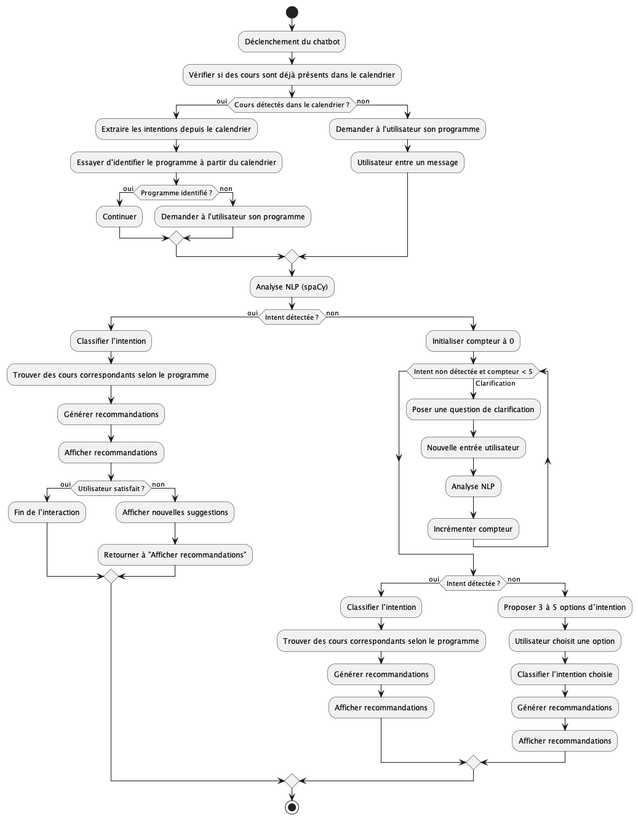
Above: assets/dialogue_flow.png in TibbySHR/Planificateur (PlantUML), before the change.
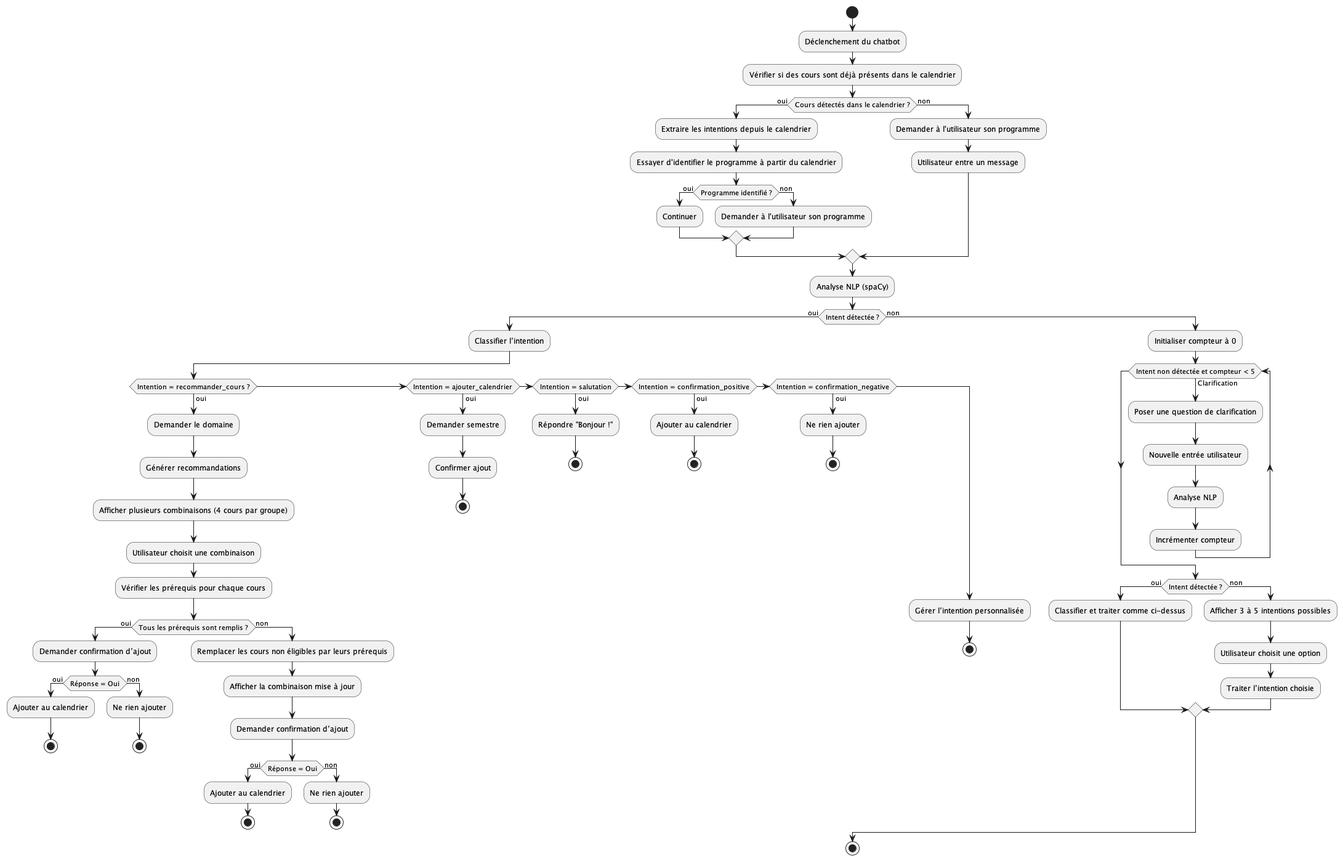
The same diagram one commit later.

Diff of the diagram source:
```diff
@@ -22,15 +22,54 @@
 
 if (Intent détectée ?) then (oui)
   :Classifier l’intention;
-  :Trouver des cours correspondants selon le programme;
-  :Générer recommandations;
-  :Afficher recommandations;
 
-  if (Utilisateur satisfait ?) then (oui)
-    :Fin de l’interaction;
-  else (non)
-    :Afficher nouvelles suggestions;
-    :Retourner à "Afficher recommandations";
+  if (Intention = recommander_cours ?) then (oui)
+    :Demander le domaine;
+    :Générer recommandations;
+    :Afficher plusieurs combinaisons (4 cours par groupe);
+
+    :Utilisateur choisit une combinaison;
+
+    :Vérifier les prérequis pour chaque cours;
+
+    if (Tous les prérequis sont remplis ?) then (oui)
+      :Demander confirmation d’ajout;
+      if (Réponse = Oui) then (oui)
+        :Ajouter au calendrier;
+        stop
+      else (non)
+        :Ne rien ajouter;
+        stop
+      endif
+    else (non)
+      :Remplacer les cours non éligibles par leurs prérequis;
+      :Afficher la combinaison mise à jour;
+      :Demander confirmation d’ajout;
+      if (Réponse = Oui) then (oui)
+        :Ajouter au calendrier;
+        stop
+      else (non)
+        :Ne rien ajouter;
+        stop
+      endif
+    endif
+
+  else if (Intention = ajouter_calendrier) then (oui)
+    :Demander semestre;
+    :Confirmer ajout;
+    stop
+  else if (Intention = salutation) then (oui)
+    :Répondre "Bonjour !";
+    stop
+  else if (Intention = confirmation_positive) then (oui)
+    :Ajouter au calendrier;
+    stop
+  else if (Intention = confirmation_negative) then (oui)
+    :Ne rien ajouter;
+    stop
+  else
+    :Gérer l’intention personnalisée;
+    stop
   endif
 
 else (non)
@@ -44,16 +83,11 @@
   endwhile
 
   if (Intent détectée ?) then (oui)
-    :Classifier l’intention;
-    :Trouver des cours correspondants selon le programme;
-    :Générer recommandations;
-    :Afficher recommandations;
+    :Classifier et traiter comme ci-dessus;
   else (non)
-    :Proposer 3 à 5 options d’intention;
+    :Afficher 3 à 5 intentions possibles;
     :Utilisateur choisit une option;
-    :Classifier l’intention choisie;
-    :Générer recommandations;
-    :Afficher recommandations;
+    :Traiter l’intention choisie;
   endif
 endif
 
```
